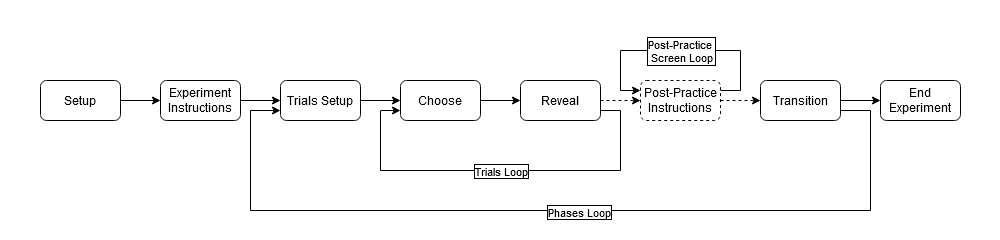
Above: imgs/Choose34Diagram.png in jlmojicaperez/GluckLab (draw.io), before the change. Source tidied: cells renumbered, new cells last; positions are measured from the earlier drawing's top-left corner, leaving out a move shared by most shapes.
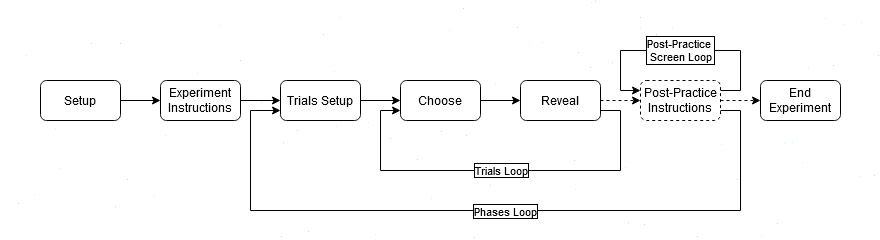
After the commit.

What changed in the source:
```diff
@@ -3,7 +3,7 @@
     <mxCell id="0" />
     <mxCell id="1" parent="0" />
     <mxCell id="2" style="rounded=1;whiteSpace=wrap;html=1;fillColor=#FFFFFF;opacity=30;strokeColor=none;" parent="1" vertex="1">
-      <mxGeometry width="1000" height="240" as="geometry" />
+      <mxGeometry width="880" height="240" as="geometry" />
     </mxCell>
     <mxCell id="3" style="edgeStyle=orthogonalEdgeStyle;rounded=0;jettySize=auto;html=1;exitX=1;exitY=0.5;exitDx=0;exitDy=0;strokeColor=#000000;" parent="1" edge="1" source="4" target="6">
       <mxGeometry relative="1" as="geometry" />
@@ -50,22 +50,18 @@
     <mxCell id="14" value="Reveal" style="rounded=1;whiteSpace=wrap;html=1;fillStyle=solid;strokeColor=#000000;fillColor=#FFFFFF;fontColor=#000000;" parent="1" vertex="1">
       <mxGeometry x="520" y="80" width="80" height="40" as="geometry" />
     </mxCell>
-    <mxCell id="15" style="edgeStyle=orthogonalEdgeStyle;rounded=0;jettySize=auto;html=1;exitX=1;exitY=0.5;exitDx=0;exitDy=0;entryX=0;entryY=0.5;entryDx=0;entryDy=0;dashed=1;strokeColor=#000000;" parent="1" edge="1" source="16" target="20">
+    <mxCell id="15" style="edgeStyle=orthogonalEdgeStyle;rounded=0;jettySize=auto;html=1;exitX=1;exitY=0.5;exitDx=0;exitDy=0;entryX=0;entryY=0.5;entryDx=0;entryDy=0;dashed=1;strokeColor=#000000;" parent="1" edge="1" source="16" target="21">
       <mxGeometry relative="1" as="geometry" />
     </mxCell>
     <mxCell id="16" value="&lt;div&gt;Post-Practice&lt;/div&gt;&lt;div&gt;Instructions&lt;br&gt;&lt;/div&gt;" style="rounded=1;whiteSpace=wrap;html=1;dashed=1;fillStyle=solid;fillColor=#FFFFFF;fontColor=#000000;strokeColor=#000000;" parent="1" vertex="1">
       <mxGeometry x="640" y="80" width="80" height="40" as="geometry" />
     </mxCell>
-    <mxCell id="17" style="edgeStyle=orthogonalEdgeStyle;rounded=0;jettySize=auto;html=1;exitX=1;exitY=0.5;exitDx=0;exitDy=0;entryX=0;entryY=0.5;entryDx=0;entryDy=0;strokeColor=#000000;" parent="1" edge="1" source="20" target="21">
-      <mxGeometry relative="1" as="geometry" />
-    </mxCell>
-    <mxCell id="18" style="edgeStyle=orthogonalEdgeStyle;rounded=0;orthogonalLoop=1;jettySize=auto;html=1;exitX=1;exitY=0.5;exitDx=0;exitDy=0;strokeColor=#000000;" parent="1" edge="1">
+    <mxCell id="18" style="edgeStyle=orthogonalEdgeStyle;rounded=0;jettySize=auto;html=1;exitX=1;exitY=0.75;exitDx=0;exitDy=0;strokeColor=#000000;" parent="1" edge="1" source="16">
       <mxGeometry relative="1" as="geometry">
-        <mxPoint x="840" y="110" as="sourcePoint" />
         <mxPoint x="280" y="110" as="targetPoint" />
         <Array as="points">
-          <mxPoint x="870" y="110" />
-          <mxPoint x="870" y="210" />
+          <mxPoint x="740" y="110" />
+          <mxPoint x="740" y="210" />
           <mxPoint x="250" y="210" />
           <mxPoint x="250" y="110" />
         </Array>
@@ -74,11 +70,8 @@
     <mxCell id="19" value="Phases Loop" style="edgeLabel;html=1;align=center;verticalAlign=middle;labelBackgroundColor=#ffffff;labelBorderColor=#000000;fontColor=#000000;spacing=13;" parent="18" vertex="1">
       <mxGeometry x="-0.04" y="1" relative="1" as="geometry" />
     </mxCell>
-    <mxCell id="20" value="&lt;div&gt;Transition&lt;/div&gt;" style="rounded=1;whiteSpace=wrap;html=1;fillStyle=solid;strokeColor=#000000;fillColor=#FFFFFF;fontColor=#000000;" parent="1" vertex="1">
-      <mxGeometry x="760" y="80" width="80" height="40" as="geometry" />
-    </mxCell>
     <mxCell id="21" value="End Experiment" style="rounded=1;whiteSpace=wrap;html=1;fillStyle=solid;strokeColor=#000000;fillColor=#FFFFFF;fontColor=#000000;" parent="1" vertex="1">
-      <mxGeometry x="880" y="80" width="80" height="40" as="geometry" />
+      <mxGeometry x="760" y="80" width="80" height="40" as="geometry" />
     </mxCell>
     <mxCell id="22" style="edgeStyle=orthogonalEdgeStyle;rounded=0;orthogonalLoop=1;jettySize=auto;html=1;exitX=1;exitY=0.25;exitDx=0;exitDy=0;entryX=0;entryY=0.25;entryDx=0;entryDy=0;strokeColor=#000000;" parent="1" edge="1" source="16" target="16">
       <mxGeometry relative="1" as="geometry">
```
